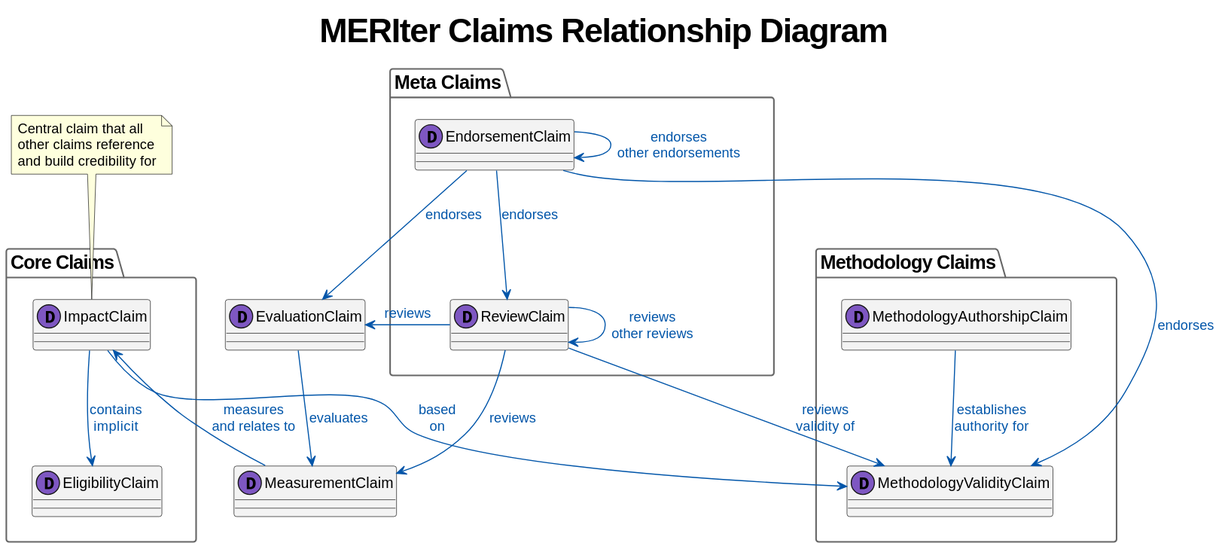
Before: diagrams/claims.svg, a diagram exported from PlantUML (aspiers/ImpactEvaluators). Source of this version:
```plantuml
@startuml
!ifndef PROJECT_NAME
!define PROJECT_NAME MERIter
!endif
!$DIAGRAM_TYPE = "Claims Relationship Diagram"
!ifndef FULL_TITLE
!$FULL_TITLE = PROJECT_NAME + " " + $DIAGRAM_TYPE
!endif

!ifdef $FULL_TITLE
!if $FULL_TITLE != ""
title $FULL_TITLE
!endif
!endif

<style>
document {
    title {
        FontSize 32
        FontStyle bold
    }
}
package {
    title {
        FontSize 18
    }
    LineColor #666666
}
classDiagram {
    class {
        BackgroundColor #55555511
    }
    arrow {
        LineColor #0055A9
        FontColor #0055A9
    }
}
</style>

package "Core Claims" as CoreClaims {
    dataclass ImpactClaim [[{The ImpactClaim is the foundational claim about work performed and impact generated within specific scopes and timeframes.}]]

    dataclass EligibilityClaim [[{The EligibilityClaim validates that a claimant is authorized to participate in a specific project or scope.}]]
}

package "Methodology Claims" as MethodologyClaims {
    dataclass MethodologyValidityClaim [[{The MethodologyValidityClaim asserts the soundness and appropriateness of a theory of change or measurement methodology.}]]

    dataclass MethodologyAuthorshipClaim [[{The MethodologyAuthorshipClaim establishes who created or contributed to a methodology.}]]
}

dataclass MeasurementClaim [[{The MeasurementClaim provides independent measurements and assessments of impact claims.}]]

dataclass EvaluationClaim [[{The EvaluationClaim provides evaluations and assessments of measurements or other claims.}]]

package "Meta Claims" as MetaClaims {
    dataclass ReviewClaim [[{The ReviewClaim provides peer review and validation of methodology validity claims or other claims.}]]

    dataclass EndorsementClaim [[{The EndorsementClaim provides endorsements or support for reviews, evaluations, or other claims.}]]
}


ImpactClaim --> EligibilityClaim : contains\nimplicit
ImpactClaim --> MethodologyValidityClaim : based\non

MeasurementClaim --> ImpactClaim : measures\nand relates to
EvaluationClaim --> MeasurementClaim : evaluates

MethodologyAuthorshipClaim --> MethodologyValidityClaim : establishes\nauthority for
ReviewClaim --> MethodologyValidityClaim : reviews\nvalidity of

ReviewClaim --> EvaluationClaim : reviews
ReviewClaim --> MeasurementClaim : reviews
EndorsementClaim --> ReviewClaim : endorses
EndorsementClaim --> EvaluationClaim : endorses
EndorsementClaim --> MethodologyValidityClaim : endorses

ReviewClaim --> ReviewClaim : reviews\nother reviews
EndorsementClaim --> EndorsementClaim : endorses\nother endorsements


CoreClaims -r[hidden]-> MethodologyClaims
MethodologyClaims -r[hidden]-> MetaClaims

note top of ImpactClaim : Central claim that all\nother claims reference\nand build credibility for
@enduml
```
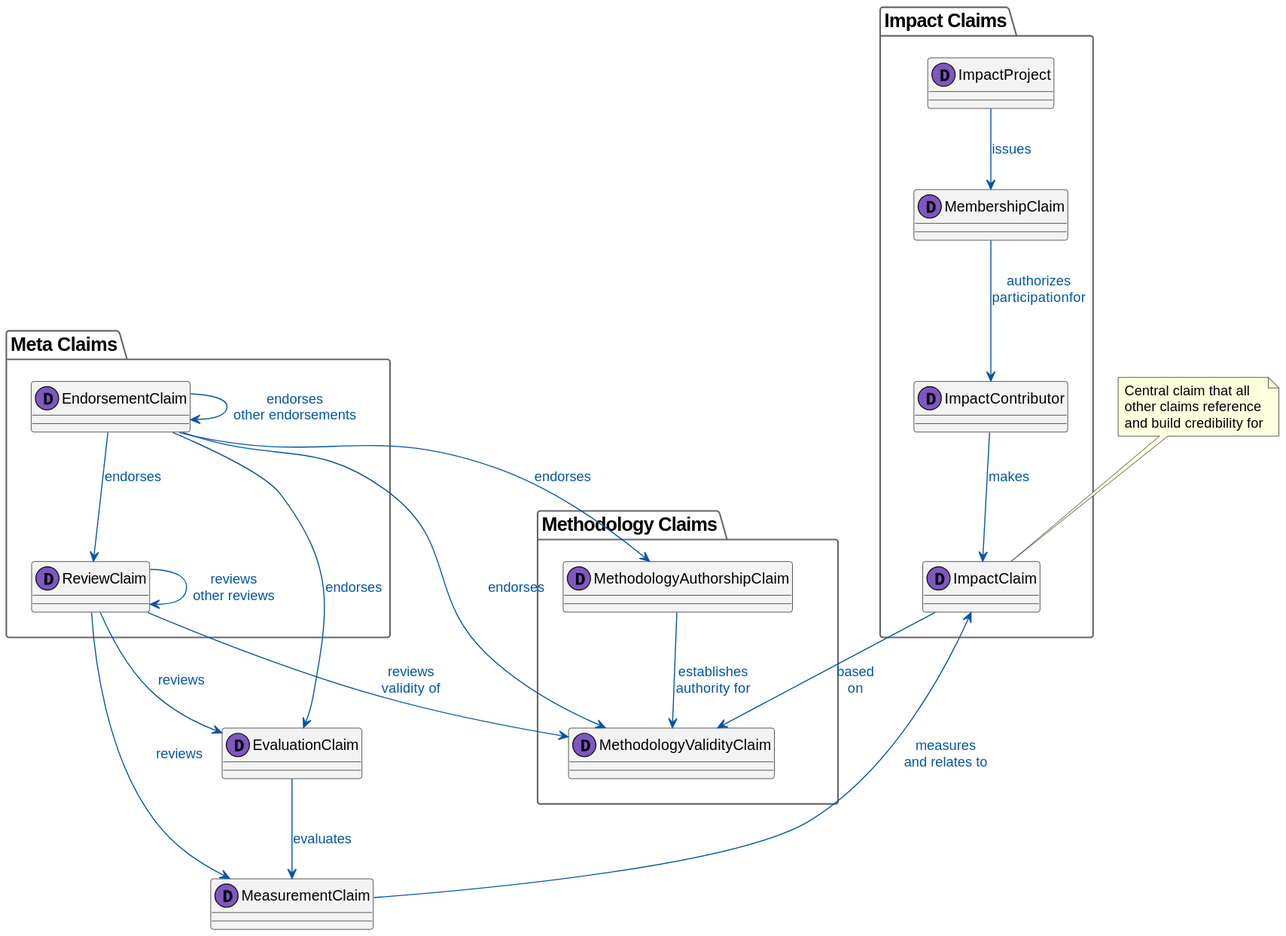
Later version of the same file.

Commit message:
WIP on impact claims

Diff of the diagram source:
```diff
@@ -1,15 +1,11 @@
 @startuml
-!ifndef PROJECT_NAME
-!define PROJECT_NAME MERIter
-!endif
 !$DIAGRAM_TYPE = "Claims Relationship Diagram"
 !ifndef FULL_TITLE
-!$FULL_TITLE = PROJECT_NAME + " " + $DIAGRAM_TYPE
+!$FULL_TITLE = $DIAGRAM_TYPE
 !endif
 
 !ifdef $FULL_TITLE
 !if $FULL_TITLE != ""
-title $FULL_TITLE
 !endif
 !endif
 
@@ -37,10 +33,14 @@
 }
 </style>
 
-package "Core Claims" as CoreClaims {
+package "Impact Claims" as ImpactClaims {
     dataclass ImpactClaim [[{The ImpactClaim is the foundational claim about work performed and impact generated within specific scopes and timeframes.}]]
 
-    dataclass EligibilityClaim [[{The EligibilityClaim validates that a claimant is authorized to participate in a specific project or scope.}]]
+    dataclass MembershipClaim [[{The MembershipClaim validates that a claimant is authorized to participate in a specific project or scope.}]]
+
+    dataclass ImpactContributor [[{The ImpactContributor represents an individual or entity that contributes to impact generation.}]]
+
+    dataclass ImpactProject [[{The ImpactProject represents a structured initiative or program aimed at generating specific impact outcomes.}]]
 }
 
 package "Methodology Claims" as MethodologyClaims {
@@ -59,11 +59,13 @@
     dataclass EndorsementClaim [[{The EndorsementClaim provides endorsements or support for reviews, evaluations, or other claims.}]]
 }
 
-
-ImpactClaim --> EligibilityClaim : contains\nimplicit
 ImpactClaim --> MethodologyValidityClaim : based\non
 
-MeasurementClaim --> ImpactClaim : measures\nand relates to
+ImpactContributor --> ImpactClaim : makes
+ImpactProject --> MembershipClaim : issues
+MembershipClaim --> ImpactContributor : authorizes\nparticipationfor
+
+ImpactClaim <-- MeasurementClaim : measures\nand relates to
 EvaluationClaim --> MeasurementClaim : evaluates
 
 MethodologyAuthorshipClaim --> MethodologyValidityClaim : establishes\nauthority for
@@ -73,13 +75,14 @@
 ReviewClaim --> MeasurementClaim : reviews
 EndorsementClaim --> ReviewClaim : endorses
 EndorsementClaim --> EvaluationClaim : endorses
+EndorsementClaim --> MethodologyAuthorshipClaim : endorses
 EndorsementClaim --> MethodologyValidityClaim : endorses
 
 ReviewClaim --> ReviewClaim : reviews\nother reviews
 EndorsementClaim --> EndorsementClaim : endorses\nother endorsements
 
 
-CoreClaims -r[hidden]-> MethodologyClaims
+ImpactClaims -r[hidden]-> MethodologyClaims
 MethodologyClaims -r[hidden]-> MetaClaims
 
 note top of ImpactClaim : Central claim that all\nother claims reference\nand build credibility for
```
